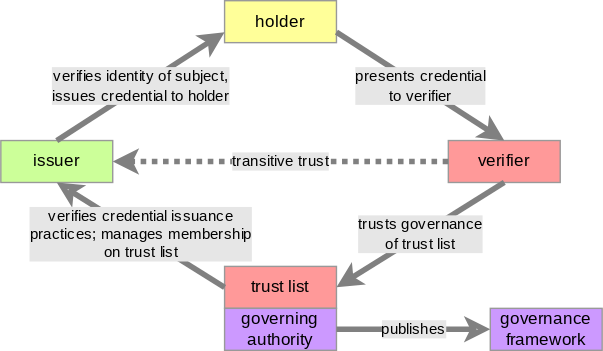
Before: docs/modules/ROOT/images/trust-model/basic-trust-diamond.drawio.svg, a diagram exported from draw.io (creator-assertions/identity-assertion). Source tidied: cells renumbered, new cells last; positions are measured from the earlier drawing's top-left corner, leaving out a move shared by most shapes. Source of this version:
```xml
<mxGraphModel background="#ffffff">
  <root>
    <mxCell id="0" />
    <mxCell id="1" parent="0" />
    <mxCell id="2" value="issuer" style="shape=ext;double=0;rounded=0;whiteSpace=wrap;html=1;fillColor=#CCFF99;fontColor=#000000;strokeColor=#999999;fontFamily=Roboto;fontSource=https%3A%2F%2Ffonts.googleapis.com%2Fcss%3Ffamily%3DRoboto;" parent="1" vertex="1">
      <mxGeometry y="100" width="80" height="30" as="geometry" />
    </mxCell>
    <mxCell id="3" value="verifier" style="shape=ext;double=0;rounded=0;whiteSpace=wrap;html=1;fillColor=#FF9999;fontColor=#000000;strokeColor=#999999;fontFamily=Roboto;fontSource=https%3A%2F%2Ffonts.googleapis.com%2Fcss%3Ffamily%3DRoboto;" parent="1" vertex="1">
      <mxGeometry x="320" y="100" width="80" height="30" as="geometry" />
    </mxCell>
    <mxCell id="4" value="holder" style="shape=ext;double=0;rounded=0;whiteSpace=wrap;html=1;fillColor=#FFFF99;fontColor=#000000;strokeColor=#999999;fontFamily=Roboto;fontSource=https%3A%2F%2Ffonts.googleapis.com%2Fcss%3Ffamily%3DRoboto;" parent="1" vertex="1">
      <mxGeometry x="160" width="80" height="30" as="geometry" />
    </mxCell>
    <mxCell id="5" value="&amp;nbsp; verifies identity&amp;nbsp;of subject,&amp;nbsp;&lt;br&gt;issues credential to holder" style="endArrow=none;html=1;fontColor=#000000;entryX=0.5;entryY=0;entryDx=0;entryDy=0;exitX=0;exitY=0.75;exitDx=0;exitDy=0;strokeColor=#808080;strokeWidth=4;labelBackgroundColor=#E6E6E6;spacingTop=4;spacing=6;spacingLeft=4;spacingBottom=4;spacingRight=4;fontFamily=Roboto;fontSource=https%3A%2F%2Ffonts.googleapis.com%2Fcss%3Ffamily%3DRoboto;labelBorderColor=none;comic=0;fixDash=0;startArrow=classic;startFill=1;endFill=0;" parent="1" edge="1" source="4" target="2">
      <mxGeometry relative="1" as="geometry" />
    </mxCell>
    <mxCell id="6" value="&amp;nbsp;presents credential&amp;nbsp;&lt;br&gt;to verifier" style="endArrow=none;html=1;fontColor=#000000;entryX=1;entryY=0.75;entryDx=0;entryDy=0;exitX=0.5;exitY=0;exitDx=0;exitDy=0;strokeColor=#808080;strokeWidth=4;labelBackgroundColor=#E6E6E6;spacingTop=4;spacing=6;spacingLeft=4;spacingBottom=4;spacingRight=4;fontFamily=Roboto;fontSource=https%3A%2F%2Ffonts.googleapis.com%2Fcss%3Ffamily%3DRoboto;labelBorderColor=none;comic=0;fixDash=0;endFill=0;startArrow=classic;startFill=1;" parent="1" edge="1" source="3" target="4">
      <mxGeometry relative="1" as="geometry" />
    </mxCell>
    <mxCell id="7" value="trusts governance&lt;br&gt;of trust list" style="endArrow=none;html=1;fontColor=#000000;entryX=0.5;entryY=1;entryDx=0;entryDy=0;exitX=1;exitY=0.5;exitDx=0;exitDy=0;strokeColor=#808080;strokeWidth=4;labelBackgroundColor=#E6E6E6;spacingTop=4;spacing=6;spacingLeft=4;spacingBottom=4;spacingRight=4;fontFamily=Roboto;fontSource=https%3A%2F%2Ffonts.googleapis.com%2Fcss%3Ffamily%3DRoboto;labelBorderColor=none;comic=0;fixDash=0;startArrow=classic;startFill=1;endFill=0;" parent="1" edge="1" source="8" target="3">
      <mxGeometry relative="1" as="geometry" />
    </mxCell>
    <mxCell id="8" value="trust list" style="shape=ext;double=0;rounded=0;whiteSpace=wrap;html=1;fillColor=#FF9999;fontColor=#000000;strokeColor=#999999;fontFamily=Roboto;fontSource=https%3A%2F%2Ffonts.googleapis.com%2Fcss%3Ffamily%3DRoboto;" parent="1" vertex="1">
      <mxGeometry x="160" y="190" width="80" height="30" as="geometry" />
    </mxCell>
    <mxCell id="9" value="verifies credential issuance&lt;br&gt;practices; manages membership&lt;br&gt;on trust list" style="endArrow=classic;html=1;fontColor=#000000;entryX=0.5;entryY=1;entryDx=0;entryDy=0;exitX=0;exitY=0.5;exitDx=0;exitDy=0;strokeColor=#808080;strokeWidth=4;labelBackgroundColor=#E6E6E6;spacingTop=4;spacing=6;spacingLeft=4;spacingBottom=4;spacingRight=4;fontFamily=Roboto;fontSource=https%3A%2F%2Ffonts.googleapis.com%2Fcss%3Ffamily%3DRoboto;labelBorderColor=none;comic=0;fixDash=0;startArrow=none;startFill=0;endFill=0;" parent="1" edge="1" source="8" target="2">
      <mxGeometry relative="1" as="geometry" />
    </mxCell>
    <mxCell id="10" value="governing&lt;br&gt;authority" style="shape=ext;double=0;rounded=0;whiteSpace=wrap;html=1;fillColor=#CC99FF;fontColor=#000000;strokeColor=#999999;fontFamily=Roboto;fontSource=https%3A%2F%2Ffonts.googleapis.com%2Fcss%3Ffamily%3DRoboto;" parent="1" vertex="1">
      <mxGeometry x="160" y="220" width="80" height="30" as="geometry" />
    </mxCell>
    <mxCell id="11" value="&amp;nbsp;publishes&amp;nbsp;" style="endArrow=none;html=1;fontColor=#000000;entryX=1;entryY=0.5;entryDx=0;entryDy=0;strokeColor=#808080;strokeWidth=4;labelBackgroundColor=#E6E6E6;spacingTop=4;spacing=6;spacingLeft=4;spacingBottom=4;spacingRight=4;fontFamily=Roboto;fontSource=https%3A%2F%2Ffonts.googleapis.com%2Fcss%3Ffamily%3DRoboto;labelBorderColor=none;comic=0;fixDash=0;startArrow=classic;startFill=0;endFill=0;" parent="1" edge="1" source="12" target="10">
      <mxGeometry relative="1" as="geometry" />
    </mxCell>
    <mxCell id="12" value="governance&lt;br&gt;framework" style="shape=ext;double=0;rounded=0;whiteSpace=wrap;html=1;fillColor=#CC99FF;fontColor=#000000;strokeColor=#999999;fontFamily=Roboto;fontSource=https%3A%2F%2Ffonts.googleapis.com%2Fcss%3Ffamily%3DRoboto;" parent="1" vertex="1">
      <mxGeometry x="350" y="220" width="80" height="30" as="geometry" />
    </mxCell>
    <mxCell id="13" value="&amp;nbsp;transitive trust&amp;nbsp;" style="endArrow=none;html=1;fontColor=#000000;entryX=0;entryY=0.5;entryDx=0;entryDy=0;exitX=1;exitY=0.5;exitDx=0;exitDy=0;strokeColor=#808080;strokeWidth=4;labelBackgroundColor=#E6E6E6;spacingTop=4;spacing=6;spacingLeft=4;spacingBottom=4;spacingRight=4;fontFamily=Roboto;fontSource=https%3A%2F%2Ffonts.googleapis.com%2Fcss%3Ffamily%3DRoboto;labelBorderColor=none;comic=0;fixDash=0;startArrow=classic;startFill=1;endFill=0;dashed=1;dashPattern=1 1;" parent="1" edge="1" source="2" target="3">
      <mxGeometry relative="1" as="geometry" />
    </mxCell>
  </root>
</mxGraphModel>
```
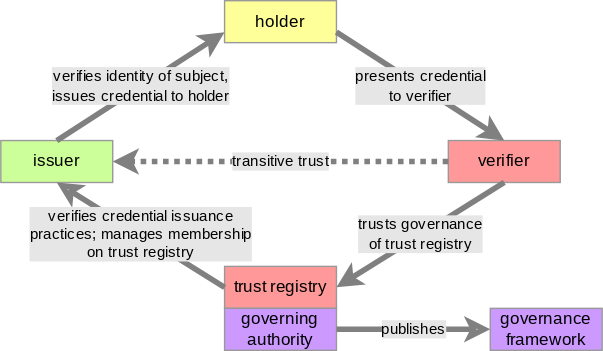
Above is the later version.

Commit message:
trust list -> trust registry

The edit, as a diff of the source:
```diff
@@ -17,13 +17,13 @@
     <mxCell id="6" value="&amp;nbsp;presents credential&amp;nbsp;&lt;br&gt;to verifier" style="endArrow=none;html=1;fontColor=#000000;entryX=1;entryY=0.75;entryDx=0;entryDy=0;exitX=0.5;exitY=0;exitDx=0;exitDy=0;strokeColor=#808080;strokeWidth=4;labelBackgroundColor=#E6E6E6;spacingTop=4;spacing=6;spacingLeft=4;spacingBottom=4;spacingRight=4;fontFamily=Roboto;fontSource=https%3A%2F%2Ffonts.googleapis.com%2Fcss%3Ffamily%3DRoboto;labelBorderColor=none;comic=0;fixDash=0;endFill=0;startArrow=classic;startFill=1;" parent="1" edge="1" source="3" target="4">
       <mxGeometry relative="1" as="geometry" />
     </mxCell>
-    <mxCell id="7" value="trusts governance&lt;br&gt;of trust list" style="endArrow=none;html=1;fontColor=#000000;entryX=0.5;entryY=1;entryDx=0;entryDy=0;exitX=1;exitY=0.5;exitDx=0;exitDy=0;strokeColor=#808080;strokeWidth=4;labelBackgroundColor=#E6E6E6;spacingTop=4;spacing=6;spacingLeft=4;spacingBottom=4;spacingRight=4;fontFamily=Roboto;fontSource=https%3A%2F%2Ffonts.googleapis.com%2Fcss%3Ffamily%3DRoboto;labelBorderColor=none;comic=0;fixDash=0;startArrow=classic;startFill=1;endFill=0;" parent="1" edge="1" source="8" target="3">
+    <mxCell id="7" value="trusts governance&lt;br&gt;of trust registry" style="endArrow=none;html=1;fontColor=#000000;entryX=0.5;entryY=1;entryDx=0;entryDy=0;exitX=1;exitY=0.5;exitDx=0;exitDy=0;strokeColor=#808080;strokeWidth=4;labelBackgroundColor=#E6E6E6;spacingTop=4;spacing=6;spacingLeft=4;spacingBottom=4;spacingRight=4;fontFamily=Roboto;fontSource=https%3A%2F%2Ffonts.googleapis.com%2Fcss%3Ffamily%3DRoboto;labelBorderColor=none;comic=0;fixDash=0;startArrow=classic;startFill=1;endFill=0;" parent="1" edge="1" source="8" target="3">
       <mxGeometry relative="1" as="geometry" />
     </mxCell>
-    <mxCell id="8" value="trust list" style="shape=ext;double=0;rounded=0;whiteSpace=wrap;html=1;fillColor=#FF9999;fontColor=#000000;strokeColor=#999999;fontFamily=Roboto;fontSource=https%3A%2F%2Ffonts.googleapis.com%2Fcss%3Ffamily%3DRoboto;" parent="1" vertex="1">
+    <mxCell id="8" value="trust registry" style="shape=ext;double=0;rounded=0;whiteSpace=wrap;html=1;fillColor=#FF9999;fontColor=#000000;strokeColor=#999999;fontFamily=Roboto;fontSource=https%3A%2F%2Ffonts.googleapis.com%2Fcss%3Ffamily%3DRoboto;" parent="1" vertex="1">
       <mxGeometry x="160" y="190" width="80" height="30" as="geometry" />
     </mxCell>
-    <mxCell id="9" value="verifies credential issuance&lt;br&gt;practices; manages membership&lt;br&gt;on trust list" style="endArrow=classic;html=1;fontColor=#000000;entryX=0.5;entryY=1;entryDx=0;entryDy=0;exitX=0;exitY=0.5;exitDx=0;exitDy=0;strokeColor=#808080;strokeWidth=4;labelBackgroundColor=#E6E6E6;spacingTop=4;spacing=6;spacingLeft=4;spacingBottom=4;spacingRight=4;fontFamily=Roboto;fontSource=https%3A%2F%2Ffonts.googleapis.com%2Fcss%3Ffamily%3DRoboto;labelBorderColor=none;comic=0;fixDash=0;startArrow=none;startFill=0;endFill=0;" parent="1" edge="1" source="8" target="2">
+    <mxCell id="9" value="verifies credential issuance&lt;br&gt;practices; manages membership&lt;br&gt;on trust registry" style="endArrow=classic;html=1;fontColor=#000000;entryX=0.5;entryY=1;entryDx=0;entryDy=0;exitX=0;exitY=0.5;exitDx=0;exitDy=0;strokeColor=#808080;strokeWidth=4;labelBackgroundColor=#E6E6E6;spacingTop=4;spacing=6;spacingLeft=4;spacingBottom=4;spacingRight=4;fontFamily=Roboto;fontSource=https%3A%2F%2Ffonts.googleapis.com%2Fcss%3Ffamily%3DRoboto;labelBorderColor=none;comic=0;fixDash=0;startArrow=none;startFill=0;endFill=0;" parent="1" edge="1" source="8" target="2">
       <mxGeometry relative="1" as="geometry" />
     </mxCell>
     <mxCell id="10" value="governing&lt;br&gt;authority" style="shape=ext;double=0;rounded=0;whiteSpace=wrap;html=1;fillColor=#CC99FF;fontColor=#000000;strokeColor=#999999;fontFamily=Roboto;fontSource=https%3A%2F%2Ffonts.googleapis.com%2Fcss%3Ffamily%3DRoboto;" parent="1" vertex="1">
```
